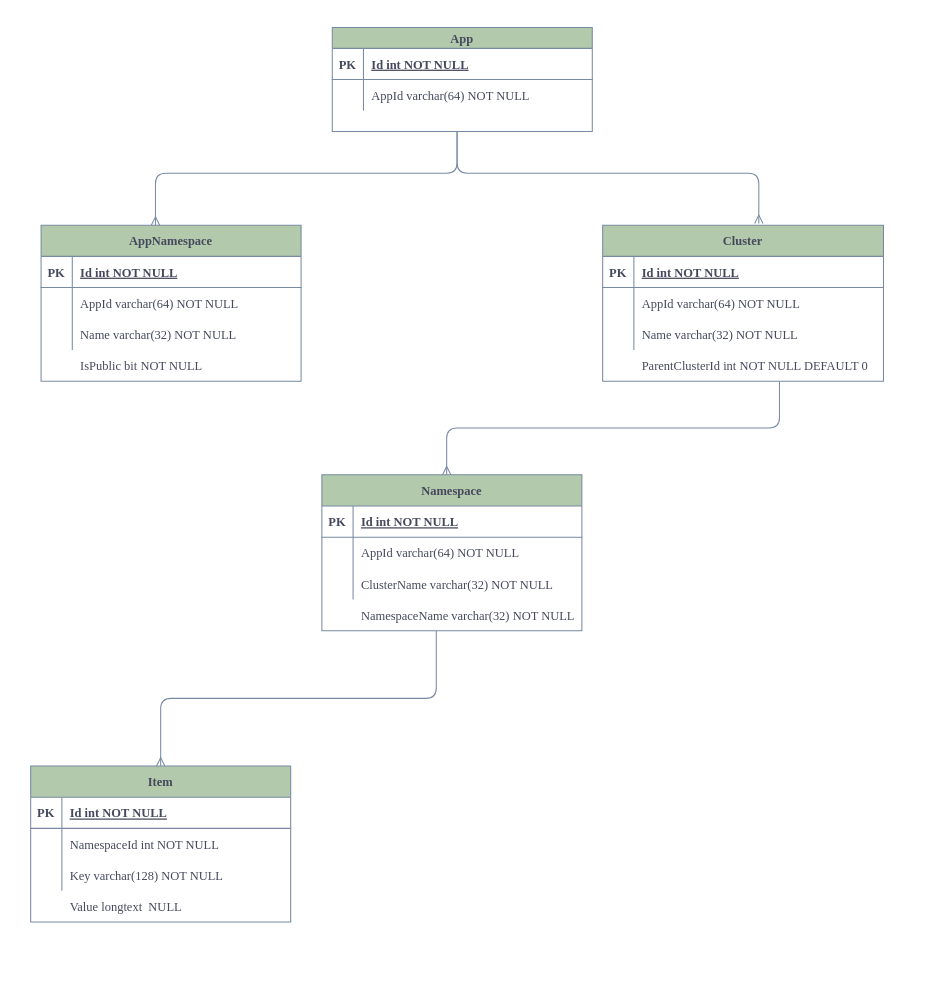
The draw.io diagram 配置中心/Apollo实体关系.drawio in Zhengyang550/draw.io, before the edit. Source tidied: cells renumbered, new cells numbered last; positions are measured from the earlier drawing's top-left corner, leaving out a move shared by most shapes. Both pictures are drawn from the tidied source at 104%, with x=0, y=0 at pixel (30, 27).
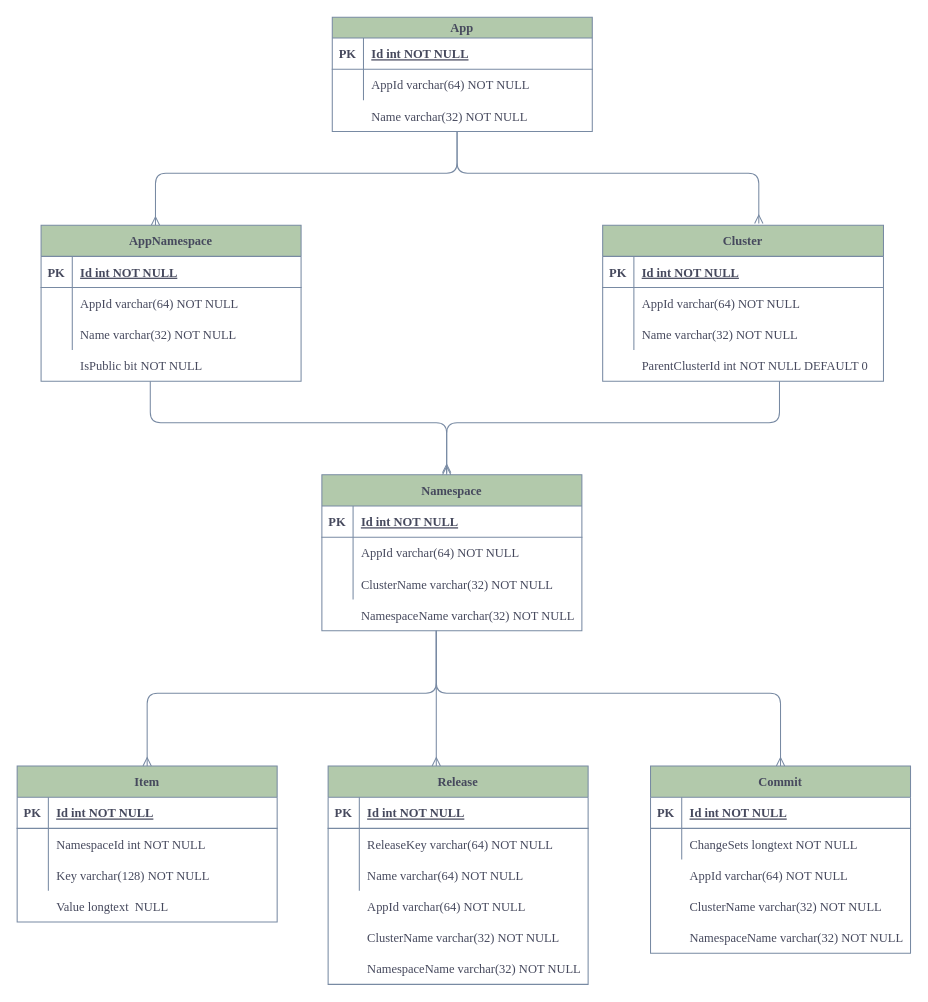
Above is the later version.

Commit message (it also covers changes not shown here):
更新Apollo实体关系.drawio

What changed in the source:
```diff
@@
     <mxCell id="22" value="App" style="shape=table;startSize=20;childLayout=tableLayout;rowLines=0;fontStyle=1;align=center;fontFamily=Times New Roman;fillColor=#B2C9AB;strokeColor=#788AA3;fontColor=#46495D;" parent="1" vertex="1">
-      <mxGeometry x="290" width="250" height="100" as="geometry" />
+      <mxGeometry x="290" y="-10" width="250" height="110" as="geometry" />
     </mxCell>
@@
     <mxCell id="30" value="Item" style="shape=table;startSize=30;childLayout=tableLayout;rowLines=0;fontStyle=1;align=center;fontFamily=Times New Roman;fillColor=#B2C9AB;strokeColor=#788AA3;fontColor=#46495D;" parent="1" vertex="1">
-      <mxGeometry y="710" width="250" height="150" as="geometry" />
+      <mxGeometry x="-13" y="710" width="250" height="150" as="geometry" />
     </mxCell>
@@
     <mxCell id="40" style="shape=partialRectangle;fillColor=none;top=0;left=0;right=0;bottom=0;fontFamily=Times New Roman;strokeColor=#788AA3;fontColor=#46495D;" parent="1" vertex="1">
-      <mxGeometry y="830" width="250" height="30" as="geometry" />
+      <mxGeometry x="-13" y="830" width="250" height="30" as="geometry" />
     </mxCell>
@@
     <mxCell id="54" style="edgeStyle=elbowEdgeStyle;elbow=vertical;endArrow=none;html=1;fontFamily=Times New Roman;startArrow=ERmany;startFill=0;endFill=0;strokeColor=#788AA3;fontColor=#46495D;" parent="1" edge="1">
       <mxGeometry relative="1" as="geometry">
         <mxPoint x="400" y="430" as="sourcePoint" />
         <mxPoint x="720" y="340" as="targetPoint" />
+        <Array as="points">
+          <mxPoint x="560" y="380" />
+        </Array>
       </mxGeometry>
     </mxCell>
     <mxCell id="55" style="edgeStyle=elbowEdgeStyle;elbow=vertical;endArrow=none;html=1;fontFamily=Times New Roman;startArrow=ERmany;startFill=0;endFill=0;exitX=0.5;exitY=0;exitDx=0;exitDy=0;strokeColor=#788AA3;fontColor=#46495D;" parent="1" edge="1" source="30">
       <mxGeometry relative="1" as="geometry">
         <mxPoint x="390" y="580" as="targetPoint" />
+        <Array as="points">
+          <mxPoint x="260" y="640" />
+        </Array>
       </mxGeometry>
     </mxCell>
@@
+    <mxCell id="59" style="edgeStyle=elbowEdgeStyle;elbow=vertical;endArrow=none;html=1;fontColor=#46495D;strokeColor=#788AA3;fillColor=#B2C9AB;endFill=0;startArrow=ERmany;startFill=0;" parent="1" edge="1">
+      <mxGeometry relative="1" as="geometry">
+        <mxPoint x="400" y="428" as="sourcePoint" />
+        <mxPoint x="115" y="340" as="targetPoint" />
+        <Array as="points">
+          <mxPoint x="260" y="380" />
+          <mxPoint x="265" y="380" />
+        </Array>
+      </mxGeometry>
+    </mxCell>
+    <mxCell id="60" value="Name varchar(32) NOT NULL" style="shape=partialRectangle;overflow=hidden;fillColor=none;top=0;left=0;bottom=0;right=0;align=left;spacingLeft=6;fontFamily=Times New Roman;strokeColor=#788AA3;fontColor=#46495D;" parent="1" vertex="1">
+      <mxGeometry x="320" y="70" width="220" height="30" as="geometry" />
+    </mxCell>
+    <mxCell id="61" value="Release" style="shape=table;startSize=30;childLayout=tableLayout;rowLines=0;fontStyle=1;align=center;fontFamily=Times New Roman;fillColor=#B2C9AB;strokeColor=#788AA3;fontColor=#46495D;" parent="1" vertex="1">
+      <mxGeometry x="286" y="710" width="250" height="210" as="geometry" />
+    </mxCell>
+    <mxCell id="62" style="shape=partialRectangle;fillColor=none;top=0;left=0;right=0;bottom=1;fontFamily=Times New Roman;strokeColor=#788AA3;fontColor=#46495D;" parent="61" vertex="1">
+      <mxGeometry y="30" width="250" height="30" as="geometry" />
+    </mxCell>
+    <mxCell id="63" value="PK" style="shape=partialRectangle;overflow=hidden;fillColor=none;top=0;left=0;bottom=0;right=0;fontStyle=1;fontFamily=Times New Roman;strokeColor=#788AA3;fontColor=#46495D;" parent="62" vertex="1">
+      <mxGeometry width="30" height="30" as="geometry" />
+    </mxCell>
+    <mxCell id="64" value="Id int NOT NULL " style="shape=partialRectangle;overflow=hidden;fillColor=none;top=0;left=0;bottom=0;right=0;align=left;spacingLeft=6;fontStyle=5;fontFamily=Times New Roman;strokeColor=#788AA3;fontColor=#46495D;" parent="62" vertex="1">
+      <mxGeometry x="30" width="220" height="30" as="geometry" />
+    </mxCell>
+    <mxCell id="65" style="shape=partialRectangle;fillColor=none;top=0;left=0;right=0;bottom=0;fontFamily=Times New Roman;strokeColor=#788AA3;fontColor=#46495D;" parent="61" vertex="1">
+      <mxGeometry y="60" width="250" height="30" as="geometry" />
+    </mxCell>
+    <mxCell id="66" style="shape=partialRectangle;overflow=hidden;fillColor=none;top=0;left=0;bottom=0;right=0;fontFamily=Times New Roman;strokeColor=#788AA3;fontColor=#46495D;" parent="65" vertex="1">
+      <mxGeometry width="30" height="30" as="geometry" />
+    </mxCell>
+    <mxCell id="67" value="ReleaseKey varchar(64) NOT NULL" style="shape=partialRectangle;overflow=hidden;fillColor=none;top=0;left=0;bottom=0;right=0;align=left;spacingLeft=6;fontFamily=Times New Roman;strokeColor=#788AA3;fontColor=#46495D;" parent="65" vertex="1">
+      <mxGeometry x="30" width="220" height="30" as="geometry" />
+    </mxCell>
+    <mxCell id="68" style="shape=partialRectangle;fillColor=none;top=0;left=0;right=0;bottom=0;fontFamily=Times New Roman;strokeColor=#788AA3;fontColor=#46495D;" parent="61" vertex="1">
+      <mxGeometry y="90" width="250" height="30" as="geometry" />
+    </mxCell>
+    <mxCell id="69" style="shape=partialRectangle;overflow=hidden;fillColor=none;top=0;left=0;bottom=0;right=0;fontFamily=Times New Roman;strokeColor=#788AA3;fontColor=#46495D;" parent="68" vertex="1">
+      <mxGeometry width="30" height="30" as="geometry" />
+    </mxCell>
+    <mxCell id="70" value="Name varchar(64) NOT NULL" style="shape=partialRectangle;overflow=hidden;fillColor=none;top=0;left=0;bottom=0;right=0;align=left;spacingLeft=6;fontFamily=Times New Roman;strokeColor=#788AA3;fontColor=#46495D;" parent="68" vertex="1">
+      <mxGeometry x="30" width="220" height="30" as="geometry" />
+    </mxCell>
+    <mxCell id="71" value="Commit" style="shape=table;startSize=30;childLayout=tableLayout;rowLines=0;fontStyle=1;align=center;fontFamily=Times New Roman;fillColor=#B2C9AB;strokeColor=#788AA3;fontColor=#46495D;" parent="1" vertex="1">
+      <mxGeometry x="596" y="710" width="250" height="180" as="geometry" />
+    </mxCell>
+    <mxCell id="72" style="shape=partialRectangle;fillColor=none;top=0;left=0;right=0;bottom=1;fontFamily=Times New Roman;strokeColor=#788AA3;fontColor=#46495D;" parent="71" vertex="1">
+      <mxGeometry y="30" width="250" height="30" as="geometry" />
+    </mxCell>
+    <mxCell id="73" value="PK" style="shape=partialRectangle;overflow=hidden;fillColor=none;top=0;left=0;bottom=0;right=0;fontStyle=1;fontFamily=Times New Roman;strokeColor=#788AA3;fontColor=#46495D;" parent="72" vertex="1">
+      <mxGeometry width="30" height="30" as="geometry" />
+    </mxCell>
+    <mxCell id="74" value="Id int NOT NULL " style="shape=partialRectangle;overflow=hidden;fillColor=none;top=0;left=0;bottom=0;right=0;align=left;spacingLeft=6;fontStyle=5;fontFamily=Times New Roman;strokeColor=#788AA3;fontColor=#46495D;" parent="72" vertex="1">
+      <mxGeometry x="30" width="220" height="30" as="geometry" />
+    </mxCell>
+    <mxCell id="75" style="shape=partialRectangle;fillColor=none;top=0;left=0;right=0;bottom=0;fontFamily=Times New Roman;strokeColor=#788AA3;fontColor=#46495D;" parent="71" vertex="1">
+      <mxGeometry y="60" width="250" height="30" as="geometry" />
+    </mxCell>
+    <mxCell id="76" style="shape=partialRectangle;overflow=hidden;fillColor=none;top=0;left=0;bottom=0;right=0;fontFamily=Times New Roman;strokeColor=#788AA3;fontColor=#46495D;" parent="75" vertex="1">
+      <mxGeometry width="30" height="30" as="geometry" />
+    </mxCell>
+    <mxCell id="77" value="ChangeSets longtext NOT NULL" style="shape=partialRectangle;overflow=hidden;fillColor=none;top=0;left=0;bottom=0;right=0;align=left;spacingLeft=6;fontFamily=Times New Roman;strokeColor=#788AA3;fontColor=#46495D;" parent="75" vertex="1">
+      <mxGeometry x="30" width="220" height="30" as="geometry" />
+    </mxCell>
+    <mxCell id="78" value="AppId varchar(64) NOT NULL" style="shape=partialRectangle;overflow=hidden;fillColor=none;top=0;left=0;bottom=0;right=0;align=left;spacingLeft=6;fontFamily=Times New Roman;strokeColor=#788AA3;fontColor=#46495D;" parent="1" vertex="1">
+      <mxGeometry x="316" y="830" width="220" height="30" as="geometry" />
+    </mxCell>
+    <mxCell id="79" value="ClusterName varchar(32) NOT NULL" style="shape=partialRectangle;overflow=hidden;fillColor=none;top=0;left=0;bottom=0;right=0;align=left;spacingLeft=6;fontFamily=Times New Roman;strokeColor=#788AA3;fontColor=#46495D;" parent="1" vertex="1">
+      <mxGeometry x="316" y="860" width="220" height="30" as="geometry" />
+    </mxCell>
+    <mxCell id="80" value="NamespaceName varchar(32) NOT NULL" style="shape=partialRectangle;overflow=hidden;fillColor=none;top=0;left=0;bottom=0;right=0;align=left;spacingLeft=6;fontFamily=Times New Roman;strokeColor=#788AA3;fontColor=#46495D;" parent="1" vertex="1">
+      <mxGeometry x="316" y="890" width="220" height="30" as="geometry" />
+    </mxCell>
+    <mxCell id="81" value="AppId varchar(64) NOT NULL" style="shape=partialRectangle;overflow=hidden;fillColor=none;top=0;left=0;bottom=0;right=0;align=left;spacingLeft=6;fontFamily=Times New Roman;strokeColor=#788AA3;fontColor=#46495D;" parent="1" vertex="1">
+      <mxGeometry x="626" y="800" width="220" height="30" as="geometry" />
+    </mxCell>
+    <mxCell id="82" value="ClusterName varchar(32) NOT NULL" style="shape=partialRectangle;overflow=hidden;fillColor=none;top=0;left=0;bottom=0;right=0;align=left;spacingLeft=6;fontFamily=Times New Roman;strokeColor=#788AA3;fontColor=#46495D;" parent="1" vertex="1">
+      <mxGeometry x="626" y="830" width="220" height="30" as="geometry" />
+    </mxCell>
+    <mxCell id="83" value="NamespaceName varchar(32) NOT NULL" style="shape=partialRectangle;overflow=hidden;fillColor=none;top=0;left=0;bottom=0;right=0;align=left;spacingLeft=6;fontFamily=Times New Roman;strokeColor=#788AA3;fontColor=#46495D;" parent="1" vertex="1">
+      <mxGeometry x="626" y="860" width="220" height="30" as="geometry" />
+    </mxCell>
+    <mxCell id="84" style="edgeStyle=elbowEdgeStyle;elbow=vertical;endArrow=none;html=1;fontColor=#46495D;strokeColor=#788AA3;fillColor=#B2C9AB;endFill=0;startArrow=ERmany;startFill=0;" parent="1" edge="1" source="71">
+      <mxGeometry relative="1" as="geometry">
+        <mxPoint x="390" y="580" as="targetPoint" />
+        <Array as="points">
+          <mxPoint x="580" y="640" />
+          <mxPoint x="540" y="620" />
+        </Array>
+      </mxGeometry>
+    </mxCell>
+    <mxCell id="85" style="edgeStyle=elbowEdgeStyle;elbow=vertical;endArrow=none;html=1;fontColor=#46495D;strokeColor=#788AA3;fillColor=#B2C9AB;endFill=0;startArrow=ERmany;startFill=0;" parent="1" edge="1">
+      <mxGeometry relative="1" as="geometry">
+        <mxPoint x="390" y="710" as="sourcePoint" />
+        <mxPoint x="390" y="580" as="targetPoint" />
+        <Array as="points">
+          <mxPoint x="390" y="700" />
+          <mxPoint x="397" y="690" />
+          <mxPoint x="390" y="670" />
+        </Array>
+      </mxGeometry>
+    </mxCell>
```
